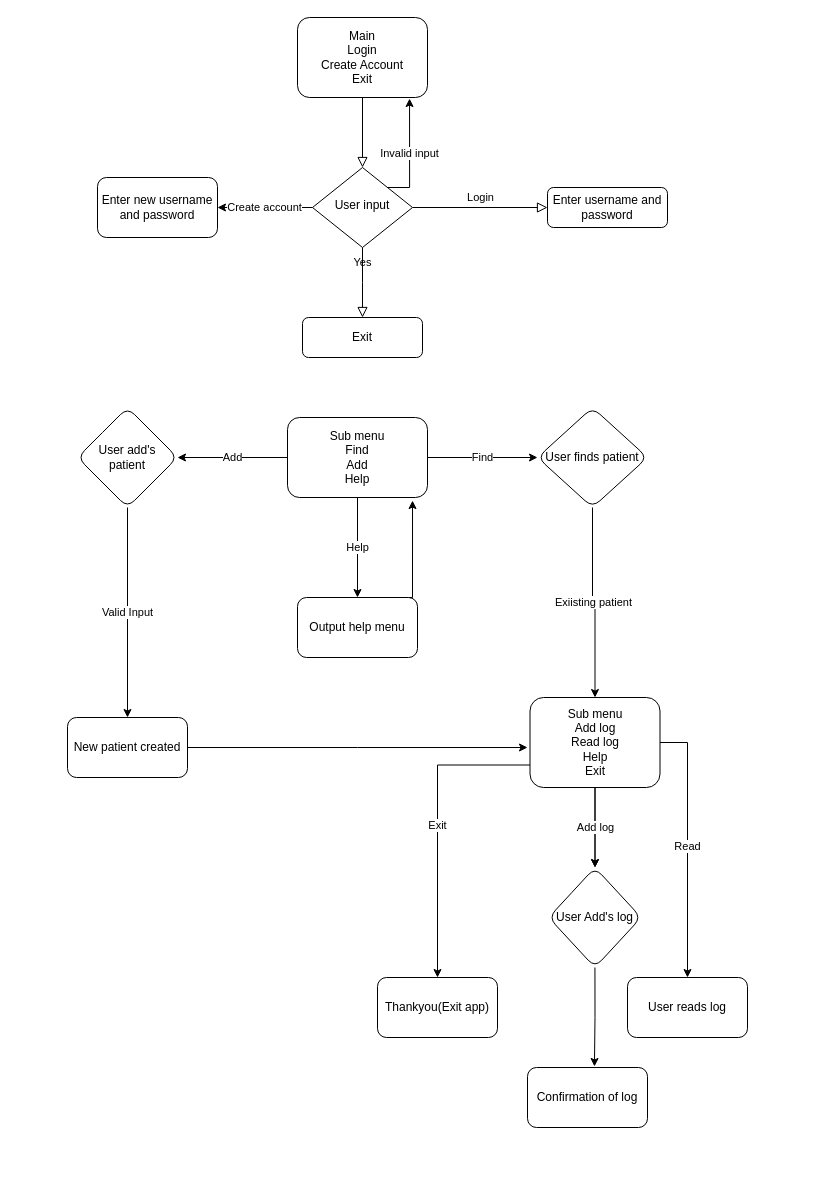
Before: Documents/assessment/AshlieGray _T1A3_2/docs/controlflow2.drawio in Ashlie-G/T1A3_2, a draw.io diagram. Source tidied: cells renumbered, new cells numbered last; positions are measured from the earlier drawing's top-left corner, leaving out a move shared by most shapes. Both pictures are drawn from the tidied source at 100%, with x=0, y=0 at pixel (67, 17).
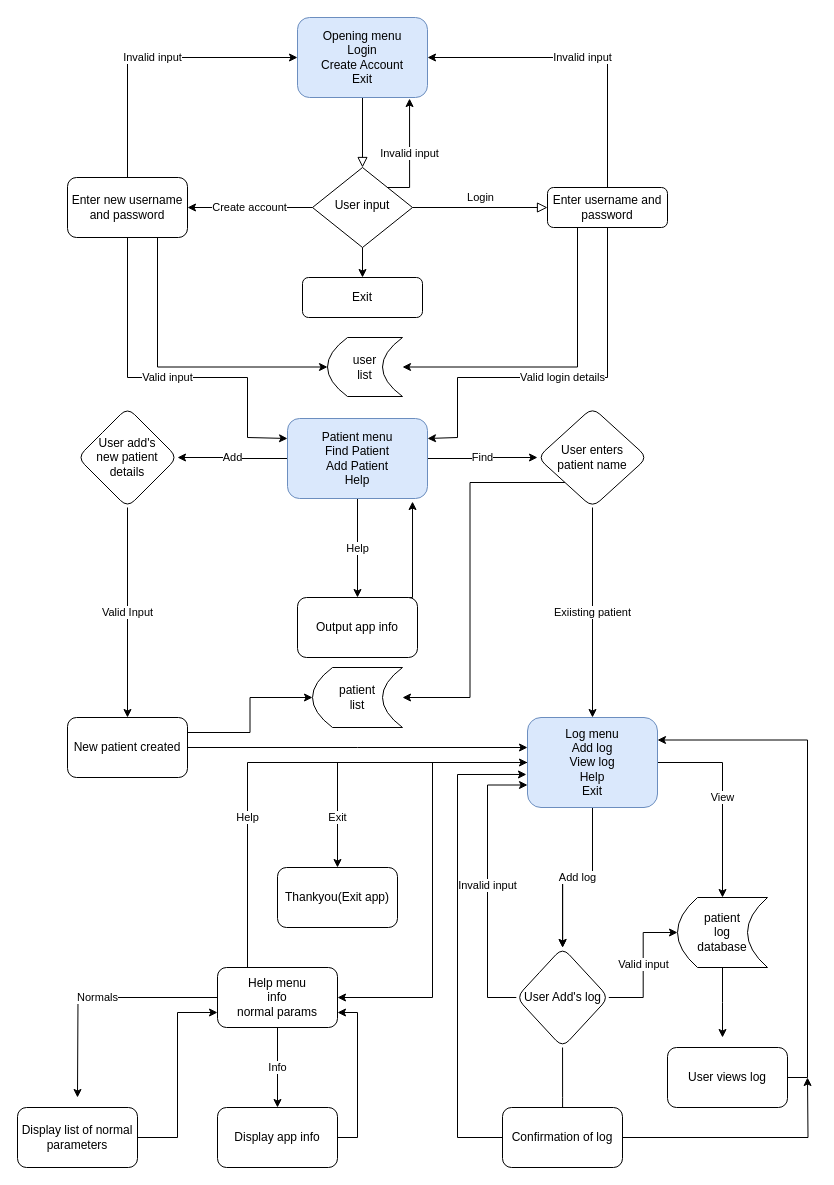
The same diagram, later.

Commit message (it also covers changes not shown here):
finished new control flow diagram, fixed main at this point login, create new user and exit working

The change refers to these unchanged cells:
```xml
<mxCell id="8" value="User input" style="rhombus;whiteSpace=wrap;html=1;shadow=0;fontFamily=Helvetica;fontSize=12;align=center;strokeWidth=1;spacing=6;spacingTop=-4;" parent="1" vertex="1">
  <mxGeometry x="245" y="150" width="100" height="80" as="geometry" />
</mxCell>
<mxCell id="9" value="Enter username and password" style="rounded=1;whiteSpace=wrap;html=1;fontSize=12;glass=0;strokeWidth=1;shadow=0;" parent="1" vertex="1">
  <mxGeometry x="480" y="170" width="120" height="40" as="geometry" />
</mxCell>
<mxCell id="28" value="New patient created" style="whiteSpace=wrap;html=1;rounded=1;" parent="1" vertex="1">
  <mxGeometry y="700" width="120" height="60" as="geometry" />
</mxCell>
```

What changed in the source:
```diff
@@
-    <mxCell id="3" value="Main&lt;br&gt;Login&lt;br&gt;Create Account&lt;br&gt;Exit" style="rounded=1;whiteSpace=wrap;html=1;fontSize=12;glass=0;strokeWidth=1;shadow=0;" parent="1" vertex="1">
+    <mxCell id="3" value="Opening menu&lt;br&gt;Login&lt;br&gt;Create Account&lt;br&gt;Exit" style="rounded=1;whiteSpace=wrap;html=1;fontSize=12;glass=0;strokeWidth=1;shadow=0;fillColor=#dae8fc;strokeColor=#6c8ebf;" parent="1" vertex="1">
       <mxGeometry x="230" width="130" height="80" as="geometry" />
     </mxCell>
-    <mxCell id="4" value="Yes" style="rounded=0;html=1;jettySize=auto;fontSize=11;endArrow=block;endFill=0;endSize=8;strokeWidth=1;shadow=0;labelBackgroundColor=none;edgeStyle=orthogonalEdgeStyle;" parent="1" edge="1" source="8">
-      <mxGeometry y="20" relative="1" as="geometry">
-        <mxPoint x="295" y="300" as="targetPoint" />
-      </mxGeometry>
-    </mxCell>
@@
+    <mxCell id="34" style="edgeStyle=orthogonalEdgeStyle;rounded=0;jettySize=auto;html=1;exitX=0.5;exitY=1;exitDx=0;exitDy=0;entryX=0.5;entryY=0;entryDx=0;entryDy=0;" parent="1" edge="1" source="8" target="10">
+      <mxGeometry relative="1" as="geometry" />
+    </mxCell>
@@
+    <mxCell id="35" value="Valid login details" style="edgeStyle=orthogonalEdgeStyle;rounded=0;jettySize=auto;html=1;exitX=0.5;exitY=1;exitDx=0;exitDy=0;entryX=1;entryY=0.25;entryDx=0;entryDy=0;" parent="1" edge="1" source="9" target="15">
+      <mxGeometry relative="1" as="geometry">
+        <Array as="points">
+          <mxPoint x="540" y="360" />
+          <mxPoint x="390" y="360" />
+          <mxPoint x="390" y="420" />
+        </Array>
+      </mxGeometry>
+    </mxCell>
+    <mxCell id="36" value="Invalid input" style="edgeStyle=orthogonalEdgeStyle;rounded=0;jettySize=auto;html=1;exitX=0.5;exitY=0;exitDx=0;exitDy=0;entryX=1;entryY=0.5;entryDx=0;entryDy=0;" parent="1" edge="1" source="9" target="3">
+      <mxGeometry relative="1" as="geometry" />
+    </mxCell>
+    <mxCell id="37" style="edgeStyle=orthogonalEdgeStyle;rounded=0;jettySize=auto;html=1;exitX=0.25;exitY=1;exitDx=0;exitDy=0;entryX=1;entryY=0.5;entryDx=0;entryDy=0;" parent="1" edge="1" source="9" target="52">
+      <mxGeometry relative="1" as="geometry" />
+    </mxCell>
@@
     <mxCell id="10" value="Exit" style="rounded=1;whiteSpace=wrap;html=1;fontSize=12;glass=0;strokeWidth=1;shadow=0;" parent="1" vertex="1">
-      <mxGeometry x="235" y="300" width="120" height="40" as="geometry" />
+      <mxGeometry x="235" y="260" width="120" height="40" as="geometry" />
     </mxCell>
+    <mxCell id="38" value="Valid input" style="edgeStyle=orthogonalEdgeStyle;rounded=0;jettySize=auto;html=1;exitX=0.5;exitY=1;exitDx=0;exitDy=0;entryX=0;entryY=0.25;entryDx=0;entryDy=0;" parent="1" edge="1" source="11" target="15">
+      <mxGeometry relative="1" as="geometry">
+        <Array as="points">
+          <mxPoint x="60" y="360" />
+          <mxPoint x="180" y="360" />
+          <mxPoint x="180" y="420" />
+        </Array>
+      </mxGeometry>
+    </mxCell>
+    <mxCell id="39" value="Invalid input" style="edgeStyle=orthogonalEdgeStyle;rounded=0;jettySize=auto;html=1;exitX=0.5;exitY=0;exitDx=0;exitDy=0;entryX=0;entryY=0.5;entryDx=0;entryDy=0;" parent="1" edge="1" source="11" target="3">
+      <mxGeometry relative="1" as="geometry" />
+    </mxCell>
+    <mxCell id="40" style="edgeStyle=orthogonalEdgeStyle;rounded=0;jettySize=auto;html=1;exitX=0.75;exitY=1;exitDx=0;exitDy=0;entryX=0;entryY=0.5;entryDx=0;entryDy=0;" parent="1" edge="1" source="11" target="52">
+      <mxGeometry relative="1" as="geometry" />
+    </mxCell>
     <mxCell id="11" value="Enter new username and password" style="rounded=1;whiteSpace=wrap;html=1;" parent="1" vertex="1">
-      <mxGeometry x="30" y="160" width="120" height="60" as="geometry" />
+      <mxGeometry y="160" width="120" height="60" as="geometry" />
     </mxCell>
@@
-    <mxCell id="15" value="Sub menu&lt;br&gt;Find&lt;br&gt;Add&lt;br&gt;Help" style="rounded=1;whiteSpace=wrap;html=1;" parent="1" vertex="1">
-      <mxGeometry x="220" y="400" width="140" height="80" as="geometry" />
+    <mxCell id="15" value="Patient menu&lt;br&gt;Find Patient&lt;br&gt;Add Patient&lt;br&gt;Help" style="rounded=1;whiteSpace=wrap;html=1;fillColor=#dae8fc;strokeColor=#6c8ebf;" parent="1" vertex="1">
+      <mxGeometry x="220" y="401" width="140" height="80" as="geometry" />
     </mxCell>
@@
+    <mxCell id="41" style="edgeStyle=orthogonalEdgeStyle;rounded=0;jettySize=auto;html=1;exitX=0;exitY=1;exitDx=0;exitDy=0;entryX=1;entryY=0.5;entryDx=0;entryDy=0;" parent="1" edge="1" source="17" target="51">
+      <mxGeometry relative="1" as="geometry" />
+    </mxCell>
-    <mxCell id="17" value="User finds patient" style="rhombus;whiteSpace=wrap;html=1;rounded=1;" parent="1" vertex="1">
+    <mxCell id="17" value="User enters &lt;br&gt;patient name" style="rhombus;whiteSpace=wrap;html=1;rounded=1;" parent="1" vertex="1">
       <mxGeometry x="470" y="390" width="110" height="100" as="geometry" />
     </mxCell>
@@
-    <mxCell id="19" value="User add's &lt;br&gt;patient" style="rhombus;whiteSpace=wrap;html=1;rounded=1;" parent="1" vertex="1">
+    <mxCell id="19" value="User add's &lt;br&gt;new patient &lt;br&gt;details" style="rhombus;whiteSpace=wrap;html=1;rounded=1;" parent="1" vertex="1">
       <mxGeometry x="10" y="390" width="100" height="100" as="geometry" />
     </mxCell>
@@
-    <mxCell id="21" value="Output help menu" style="whiteSpace=wrap;html=1;rounded=1;" parent="1" vertex="1">
+    <mxCell id="21" value="Output app info" style="whiteSpace=wrap;html=1;rounded=1;" parent="1" vertex="1">
       <mxGeometry x="230" y="580" width="120" height="60" as="geometry" />
     </mxCell>
@@
-    <mxCell id="24" value="Read" style="edgeStyle=orthogonalEdgeStyle;rounded=0;jettySize=auto;html=1;exitX=1;exitY=0.5;exitDx=0;exitDy=0;entryX=0.5;entryY=0;entryDx=0;entryDy=0;" parent="1" edge="1" source="26" target="31">
-      <mxGeometry relative="1" as="geometry" />
-    </mxCell>
+    <mxCell id="42" value="View" style="edgeStyle=orthogonalEdgeStyle;rounded=0;jettySize=auto;html=1;entryX=0.5;entryY=0;entryDx=0;entryDy=0;" parent="1" edge="1" source="26" target="54">
+      <mxGeometry relative="1" as="geometry" />
+    </mxCell>
-    <mxCell id="25" value="Exit" style="edgeStyle=orthogonalEdgeStyle;rounded=0;jettySize=auto;html=1;exitX=0;exitY=0.75;exitDx=0;exitDy=0;entryX=0.5;entryY=0;entryDx=0;entryDy=0;" parent="1" edge="1" source="26" target="32">
-      <mxGeometry relative="1" as="geometry" />
+    <mxCell id="25" value="Exit" style="edgeStyle=orthogonalEdgeStyle;rounded=0;jettySize=auto;html=1;exitX=0;exitY=0.5;exitDx=0;exitDy=0;entryX=0.5;entryY=0;entryDx=0;entryDy=0;" parent="1" edge="1" source="26" target="32">
+      <mxGeometry x="0.66" relative="1" as="geometry" />
     </mxCell>
+    <mxCell id="43" style="edgeStyle=orthogonalEdgeStyle;rounded=0;jettySize=auto;html=1;exitX=0;exitY=0.5;exitDx=0;exitDy=0;entryX=1;entryY=0.5;entryDx=0;entryDy=0;" parent="1" edge="1" source="26" target="58">
+      <mxGeometry relative="1" as="geometry" />
+    </mxCell>
-    <mxCell id="26" value="Sub menu&lt;br&gt;Add log&lt;br&gt;Read log&lt;br&gt;Help&lt;br&gt;Exit" style="whiteSpace=wrap;html=1;rounded=1;" parent="1" vertex="1">
-      <mxGeometry x="462.5" y="680" width="130" height="90" as="geometry" />
+    <mxCell id="26" value="Log menu&lt;br&gt;Add log&lt;br&gt;View log&lt;br&gt;Help&lt;br&gt;Exit" style="whiteSpace=wrap;html=1;rounded=1;fillColor=#dae8fc;strokeColor=#6c8ebf;" parent="1" vertex="1">
+      <mxGeometry x="460" y="700" width="130" height="90" as="geometry" />
     </mxCell>
@@
+    <mxCell id="44" style="edgeStyle=orthogonalEdgeStyle;rounded=0;jettySize=auto;html=1;exitX=1;exitY=0.25;exitDx=0;exitDy=0;entryX=0;entryY=0.5;entryDx=0;entryDy=0;" parent="1" edge="1" source="28" target="51">
+      <mxGeometry relative="1" as="geometry" />
+    </mxCell>
@@
-    <mxCell id="29" style="edgeStyle=orthogonalEdgeStyle;rounded=0;jettySize=auto;html=1;exitX=0.5;exitY=1;exitDx=0;exitDy=0;entryX=0.558;entryY=-0.017;entryDx=0;entryDy=0;entryPerimeter=0;" parent="1" edge="1" source="30" target="33">
-      <mxGeometry relative="1" as="geometry" />
-    </mxCell>
+    <mxCell id="45" style="edgeStyle=orthogonalEdgeStyle;rounded=0;jettySize=auto;html=1;exitX=0.5;exitY=1;exitDx=0;exitDy=0;" parent="1" edge="1" source="30">
+      <mxGeometry relative="1" as="geometry">
+        <mxPoint x="495" y="1130" as="targetPoint" />
+      </mxGeometry>
+    </mxCell>
+    <mxCell id="46" value="Valid input" style="edgeStyle=orthogonalEdgeStyle;rounded=0;jettySize=auto;html=1;exitX=1;exitY=0.5;exitDx=0;exitDy=0;entryX=0;entryY=0.5;entryDx=0;entryDy=0;" parent="1" edge="1" source="30" target="54">
+      <mxGeometry relative="1" as="geometry" />
+    </mxCell>
+    <mxCell id="47" value="Invalid input" style="edgeStyle=orthogonalEdgeStyle;rounded=0;jettySize=auto;html=1;exitX=0;exitY=0.5;exitDx=0;exitDy=0;entryX=0;entryY=0.75;entryDx=0;entryDy=0;" parent="1" edge="1" source="30" target="26">
+      <mxGeometry relative="1" as="geometry">
+        <Array as="points">
+          <mxPoint x="420" y="980" />
+          <mxPoint x="420" y="768" />
+        </Array>
+      </mxGeometry>
+    </mxCell>
     <mxCell id="30" value="User Add's log" style="rhombus;whiteSpace=wrap;html=1;rounded=1;" parent="1" vertex="1">
-      <mxGeometry x="481.2" y="850" width="92.5" height="100" as="geometry" />
+      <mxGeometry x="448.8" y="930" width="92.5" height="100" as="geometry" />
     </mxCell>
+    <mxCell id="48" style="edgeStyle=orthogonalEdgeStyle;rounded=0;jettySize=auto;html=1;exitX=1;exitY=0.5;exitDx=0;exitDy=0;entryX=1;entryY=0.25;entryDx=0;entryDy=0;" parent="1" edge="1" source="31" target="26">
+      <mxGeometry relative="1" as="geometry" />
+    </mxCell>
-    <mxCell id="31" value="User reads log" style="whiteSpace=wrap;html=1;rounded=1;" parent="1" vertex="1">
-      <mxGeometry x="560" y="960" width="120" height="60" as="geometry" />
+    <mxCell id="31" value="User views log" style="whiteSpace=wrap;html=1;rounded=1;" parent="1" vertex="1">
+      <mxGeometry x="600" y="1030" width="120" height="60" as="geometry" />
     </mxCell>
     <mxCell id="32" value="Thankyou(Exit app)" style="rounded=1;whiteSpace=wrap;html=1;" parent="1" vertex="1">
-      <mxGeometry x="310" y="960" width="120" height="60" as="geometry" />
+      <mxGeometry x="210" y="850" width="120" height="60" as="geometry" />
     </mxCell>
+    <mxCell id="49" style="edgeStyle=orthogonalEdgeStyle;rounded=0;jettySize=auto;html=1;exitX=0;exitY=0.5;exitDx=0;exitDy=0;entryX=-0.008;entryY=0.633;entryDx=0;entryDy=0;entryPerimeter=0;" parent="1" edge="1" source="33" target="26">
+      <mxGeometry relative="1" as="geometry">
+        <Array as="points">
+          <mxPoint x="390" y="1120" />
+          <mxPoint x="390" y="757" />
+        </Array>
+      </mxGeometry>
+    </mxCell>
+    <mxCell id="50" style="edgeStyle=orthogonalEdgeStyle;rounded=0;jettySize=auto;html=1;exitX=1;exitY=0.5;exitDx=0;exitDy=0;" parent="1" edge="1" source="33">
+      <mxGeometry relative="1" as="geometry">
+        <mxPoint x="740" y="1060" as="targetPoint" />
+      </mxGeometry>
+    </mxCell>
     <mxCell id="33" value="Confirmation of log" style="rounded=1;whiteSpace=wrap;html=1;" parent="1" vertex="1">
-      <mxGeometry x="460" y="1050" width="120" height="60" as="geometry" />
+      <mxGeometry x="435" y="1090" width="120" height="60" as="geometry" />
     </mxCell>
+    <mxCell id="51" value="patient &lt;br&gt;list" style="shape=dataStorage;whiteSpace=wrap;html=1;fixedSize=1;" parent="1" vertex="1">
+      <mxGeometry x="245" y="650" width="90" height="60" as="geometry" />
+    </mxCell>
+    <mxCell id="52" value="user &lt;br&gt;list" style="shape=dataStorage;whiteSpace=wrap;html=1;fixedSize=1;" parent="1" vertex="1">
+      <mxGeometry x="260" y="320" width="75" height="59" as="geometry" />
+    </mxCell>
+    <mxCell id="53" style="edgeStyle=orthogonalEdgeStyle;rounded=0;jettySize=auto;html=1;exitX=0.5;exitY=1;exitDx=0;exitDy=0;" parent="1" edge="1" source="54">
+      <mxGeometry relative="1" as="geometry">
+        <mxPoint x="655" y="1020" as="targetPoint" />
+      </mxGeometry>
+    </mxCell>
+    <mxCell id="54" value="patient&lt;br&gt;log &lt;br&gt;database" style="shape=dataStorage;whiteSpace=wrap;html=1;fixedSize=1;" parent="1" vertex="1">
+      <mxGeometry x="610" y="880" width="90" height="70" as="geometry" />
+    </mxCell>
+    <mxCell id="55" value="Info" style="edgeStyle=orthogonalEdgeStyle;rounded=0;jettySize=auto;html=1;exitX=0.5;exitY=1;exitDx=0;exitDy=0;" parent="1" edge="1" source="58">
+      <mxGeometry relative="1" as="geometry">
+        <mxPoint x="210" y="1090" as="targetPoint" />
+      </mxGeometry>
+    </mxCell>
+    <mxCell id="56" value="Normals" style="edgeStyle=orthogonalEdgeStyle;rounded=0;jettySize=auto;html=1;exitX=0;exitY=0.5;exitDx=0;exitDy=0;" parent="1" edge="1" source="58">
+      <mxGeometry relative="1" as="geometry">
+        <mxPoint x="10" y="1080" as="targetPoint" />
+      </mxGeometry>
+    </mxCell>
+    <mxCell id="57" value="Help" style="edgeStyle=orthogonalEdgeStyle;rounded=0;jettySize=auto;html=1;exitX=0.25;exitY=0;exitDx=0;exitDy=0;entryX=0;entryY=0.5;entryDx=0;entryDy=0;" parent="1" edge="1" source="58" target="26">
+      <mxGeometry x="-0.38" relative="1" as="geometry" />
+    </mxCell>
+    <mxCell id="58" value="Help menu&lt;br&gt;info&lt;br&gt;normal params&lt;br&gt;" style="rounded=1;whiteSpace=wrap;html=1;" parent="1" vertex="1">
+      <mxGeometry x="150" y="950" width="120" height="60" as="geometry" />
+    </mxCell>
+    <mxCell id="59" style="edgeStyle=orthogonalEdgeStyle;rounded=0;jettySize=auto;html=1;exitX=1;exitY=0.5;exitDx=0;exitDy=0;entryX=1;entryY=0.75;entryDx=0;entryDy=0;" parent="1" edge="1" source="60" target="58">
+      <mxGeometry relative="1" as="geometry" />
+    </mxCell>
+    <mxCell id="60" value="Display app info" style="rounded=1;whiteSpace=wrap;html=1;" parent="1" vertex="1">
+      <mxGeometry x="150" y="1090" width="120" height="60" as="geometry" />
+    </mxCell>
+    <mxCell id="61" style="edgeStyle=orthogonalEdgeStyle;rounded=0;jettySize=auto;html=1;exitX=1;exitY=0.5;exitDx=0;exitDy=0;entryX=0;entryY=0.75;entryDx=0;entryDy=0;" parent="1" edge="1" source="62" target="58">
+      <mxGeometry relative="1" as="geometry" />
+    </mxCell>
+    <mxCell id="62" value="Display list of normal parameters" style="rounded=1;whiteSpace=wrap;html=1;" parent="1" vertex="1">
+      <mxGeometry x="-50" y="1090" width="120" height="60" as="geometry" />
+    </mxCell>
```
